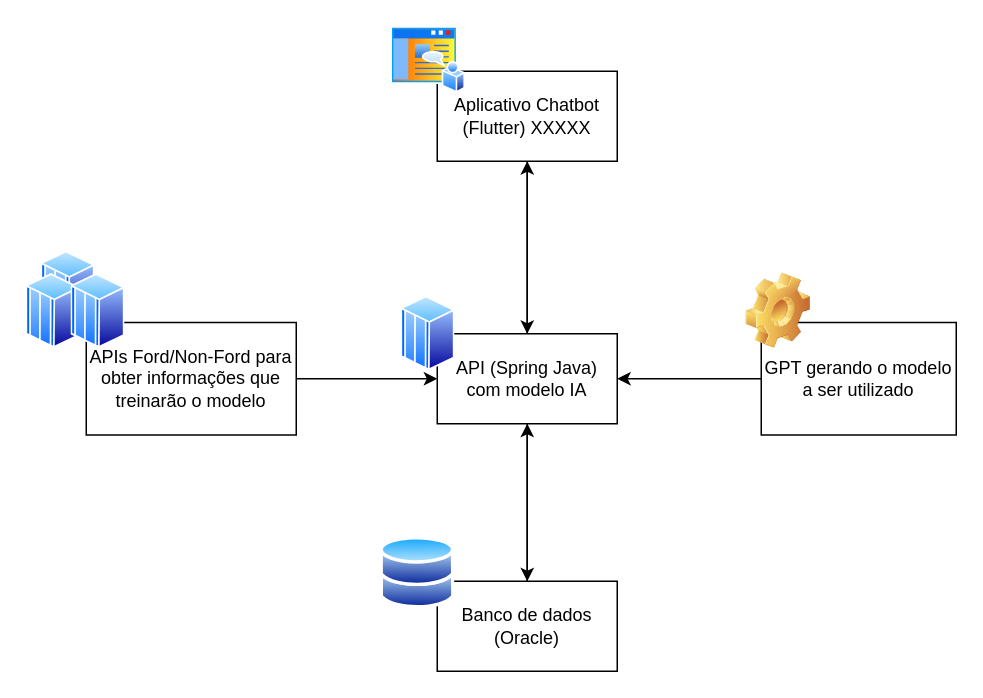
Before: diagrama_solucao.drawio in GKazukiOnishi/FIAP_3SI, a draw.io diagram. Source tidied: cells renumbered, new cells numbered last; positions are measured from the earlier drawing's top-left corner, leaving out a move shared by most shapes. Both pictures are drawn from the tidied source at 150%, with x=0, y=0 at pixel (26, 26).
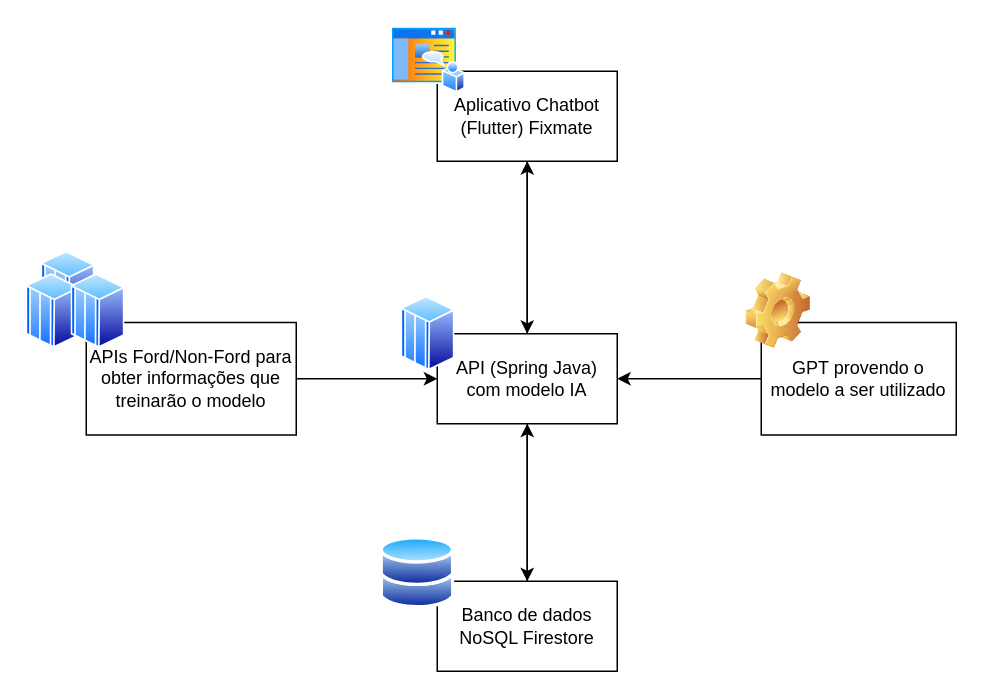
After the change.

Change to the diagram source:
```diff
@@
 <mxGraphModel>
   <root>
     <mxCell id="0" />
     <mxCell id="1" parent="0" />
     <mxCell id="2" style="edgeStyle=orthogonalEdgeStyle;rounded=0;jettySize=auto;html=1;" parent="1" edge="1" source="4" target="6">
       <mxGeometry relative="1" as="geometry" />
     </mxCell>
     <mxCell id="3" style="edgeStyle=orthogonalEdgeStyle;rounded=0;jettySize=auto;html=1;" parent="1" edge="1" source="4" target="12">
       <mxGeometry relative="1" as="geometry" />
     </mxCell>
     <mxCell id="4" value="API (Spring Java) com modelo IA" style="rounded=0;whiteSpace=wrap;html=1;" parent="1" vertex="1">
       <mxGeometry x="274" y="205" width="120" height="60" as="geometry" />
     </mxCell>
     <mxCell id="5" style="edgeStyle=orthogonalEdgeStyle;rounded=0;jettySize=auto;html=1;" parent="1" edge="1" source="6" target="4">
       <mxGeometry relative="1" as="geometry" />
     </mxCell>
-    <mxCell id="6" value="Aplicativo Chatbot (Flutter) XXXXX" style="rounded=0;whiteSpace=wrap;html=1;" parent="1" vertex="1">
+    <mxCell id="6" value="Aplicativo Chatbot (Flutter) Fixmate" style="rounded=0;whiteSpace=wrap;html=1;" parent="1" vertex="1">
       <mxGeometry x="274" y="30" width="120" height="60" as="geometry" />
     </mxCell>
     <mxCell id="7" style="perimeter=ellipsePerimeter;html=1;align=center;shadow=0;dashed=0;spacingTop=3;image;image=img/lib/active_directory/home_page.svg;" parent="1" vertex="1">
       <mxGeometry x="243" width="50" height="45" as="geometry" />
     </mxCell>
     <mxCell id="8" style="perimeter=ellipsePerimeter;html=1;align=center;shadow=0;dashed=0;spacingTop=3;image;image=img/lib/active_directory/mainframe_host.svg;" parent="1" vertex="1">
       <mxGeometry x="250" y="180" width="36" height="50" as="geometry" />
     </mxCell>
     <mxCell id="9" style="edgeStyle=orthogonalEdgeStyle;rounded=0;jettySize=auto;html=1;entryX=1;entryY=0.5;entryDx=0;entryDy=0;" parent="1" edge="1" source="10" target="4">
       <mxGeometry relative="1" as="geometry" />
     </mxCell>
-    <mxCell id="10" value="GPT gerando o modelo a ser utilizado" style="rounded=0;whiteSpace=wrap;html=1;" parent="1" vertex="1">
+    <mxCell id="10" value="GPT provendo o modelo a ser utilizado" style="rounded=0;whiteSpace=wrap;html=1;" parent="1" vertex="1">
       <mxGeometry x="490" y="197.5" width="130" height="75" as="geometry" />
     </mxCell>
     <mxCell id="11" style="edgeStyle=orthogonalEdgeStyle;rounded=0;jettySize=auto;html=1;entryX=0.5;entryY=1;entryDx=0;entryDy=0;" parent="1" edge="1" source="12" target="4">
       <mxGeometry relative="1" as="geometry" />
     </mxCell>
-    <mxCell id="12" value="Banco de dados (Oracle)" style="rounded=0;whiteSpace=wrap;html=1;" parent="1" vertex="1">
+    <mxCell id="12" value="Banco de dados NoSQL Firestore" style="rounded=0;whiteSpace=wrap;html=1;" parent="1" vertex="1">
       <mxGeometry x="274" y="370" width="120" height="60" as="geometry" />
     </mxCell>
     <mxCell id="13" style="perimeter=ellipsePerimeter;html=1;align=center;shadow=0;dashed=0;spacingTop=3;image;image=img/lib/active_directory/databases.svg;" parent="1" vertex="1">
       <mxGeometry x="236" y="340" width="50" height="49" as="geometry" />
     </mxCell>
     <mxCell id="14" style="edgeStyle=orthogonalEdgeStyle;rounded=0;jettySize=auto;html=1;" parent="1" edge="1" source="15" target="4">
       <mxGeometry relative="1" as="geometry" />
     </mxCell>
     <mxCell id="15" value="APIs Ford/Non-Ford para obter informações que treinarão o modelo" style="rounded=0;whiteSpace=wrap;html=1;" parent="1" vertex="1">
       <mxGeometry x="40" y="197.5" width="140" height="75" as="geometry" />
     </mxCell>
     <mxCell id="16" style="perimeter=ellipsePerimeter;html=1;align=center;shadow=0;dashed=0;spacingTop=3;image;image=img/lib/active_directory/mainframe_host.svg;" parent="1" vertex="1">
       <mxGeometry x="10" y="150" width="36" height="50" as="geometry" />
     </mxCell>
     <mxCell id="17" style="perimeter=ellipsePerimeter;html=1;align=center;shadow=0;dashed=0;spacingTop=3;image;image=img/lib/active_directory/mainframe_host.svg;" parent="1" vertex="1">
       <mxGeometry y="165" width="36" height="50" as="geometry" />
     </mxCell>
     <mxCell id="18" style="perimeter=ellipsePerimeter;html=1;align=center;shadow=0;dashed=0;spacingTop=3;image;image=img/lib/active_directory/mainframe_host.svg;" parent="1" vertex="1">
       <mxGeometry x="30" y="165" width="36" height="50" as="geometry" />
     </mxCell>
     <mxCell id="19" style="shape=image;html=1;verticalLabelPosition=bottom;verticalAlign=top;imageAspect=1;image=img/clipart/Gear_128x128.png;" parent="1" vertex="1">
       <mxGeometry x="480" y="164.5" width="43" height="50.5" as="geometry" />
     </mxCell>
   </root>
 </mxGraphModel>
```
